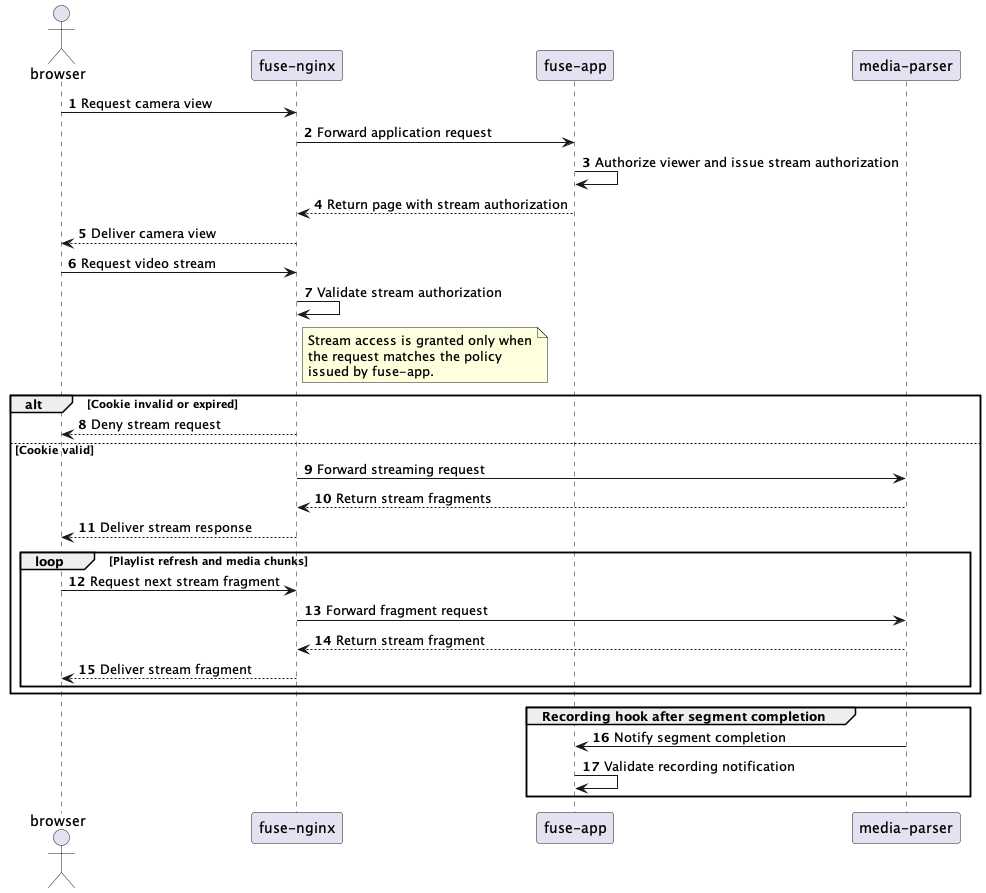
This is thesis/ch3/assets/streaming-sd.png from gustavocaiano/fuse, a PlantUML export, as it was before one commit. The source it was exported from:
```plantuml
@startuml


autonumber
skinparam responseMessageBelowArrow true

actor "browser" as Browser
participant "fuse-nginx" as Nginx
participant "fuse-app" as FuseApp
participant "media-parser" as MediaParser

Browser -> Nginx: Request camera view
Nginx -> FuseApp: Forward application request
FuseApp -> FuseApp: Authorize viewer and issue stream authorization
FuseApp --> Nginx: Return page with stream authorization
Nginx --> Browser: Deliver camera view

Browser -> Nginx: Request video stream
Nginx -> Nginx: Validate stream authorization
note right of Nginx
  Stream access is granted only when
  the request matches the policy
  issued by fuse-app.
end note

alt Cookie invalid or expired
  Nginx --> Browser: Deny stream request
else Cookie valid
  Nginx -> MediaParser: Forward streaming request
  MediaParser --> Nginx: Return stream fragments
  Nginx --> Browser: Deliver stream response

  loop Playlist refresh and media chunks
    Browser -> Nginx: Request next stream fragment
    Nginx -> MediaParser: Forward fragment request
    MediaParser --> Nginx: Return stream fragment
    Nginx --> Browser: Deliver stream fragment
  end
end

group Recording hook after segment completion
  MediaParser -> FuseApp: Notify segment completion
  FuseApp -> FuseApp: Validate recording notification
end

@enduml
```
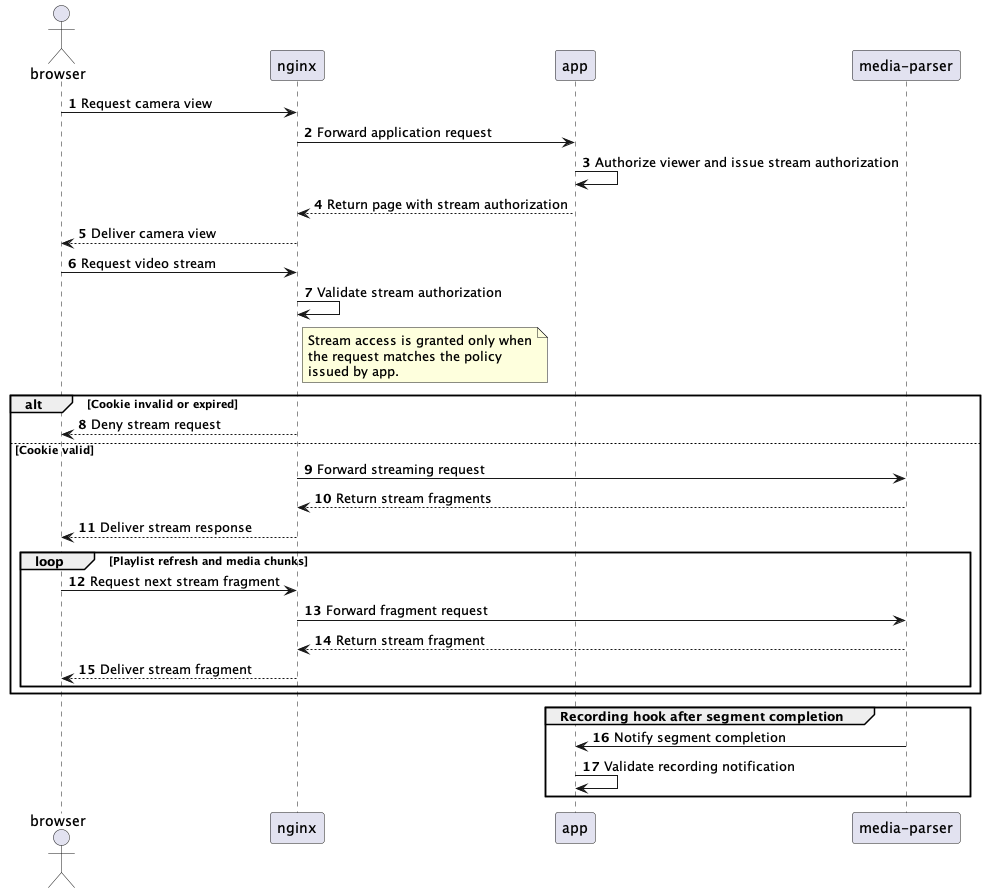
After the commit.

What changed in the source:
```diff
@@ -5,8 +5,8 @@
 skinparam responseMessageBelowArrow true
 
 actor "browser" as Browser
-participant "fuse-nginx" as Nginx
-participant "fuse-app" as FuseApp
+participant "nginx" as Nginx
+participant "app" as FuseApp
 participant "media-parser" as MediaParser
 
 Browser -> Nginx: Request camera view
@@ -20,7 +20,7 @@
 note right of Nginx
   Stream access is granted only when
   the request matches the policy
-  issued by fuse-app.
+  issued by app.
 end note
 
 alt Cookie invalid or expired
```
